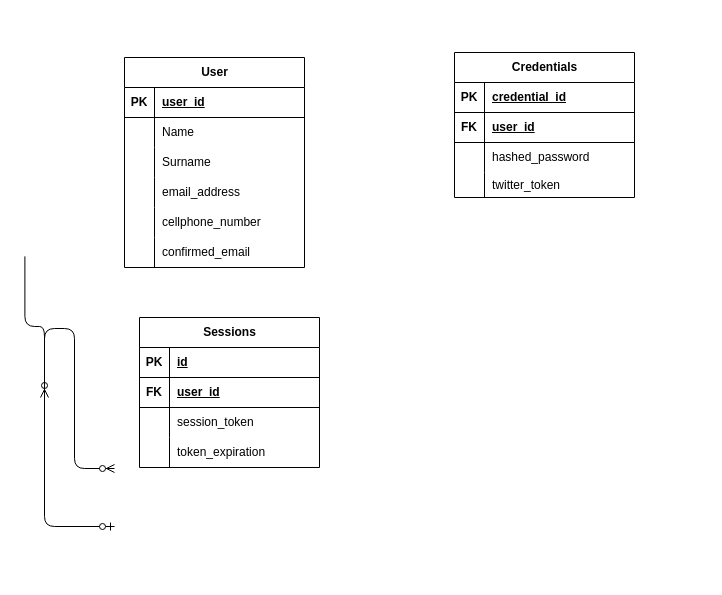
Before: Untitled Diagram.drawio in Tyrese-Mv/SM-Konnekt, a draw.io diagram. Source tidied: cells renumbered, new cells numbered last; positions are measured from the earlier drawing's top-left corner, leaving out a move shared by most shapes. Both pictures are drawn from the tidied source at 100%, with x=0, y=0 at pixel (24, 52).
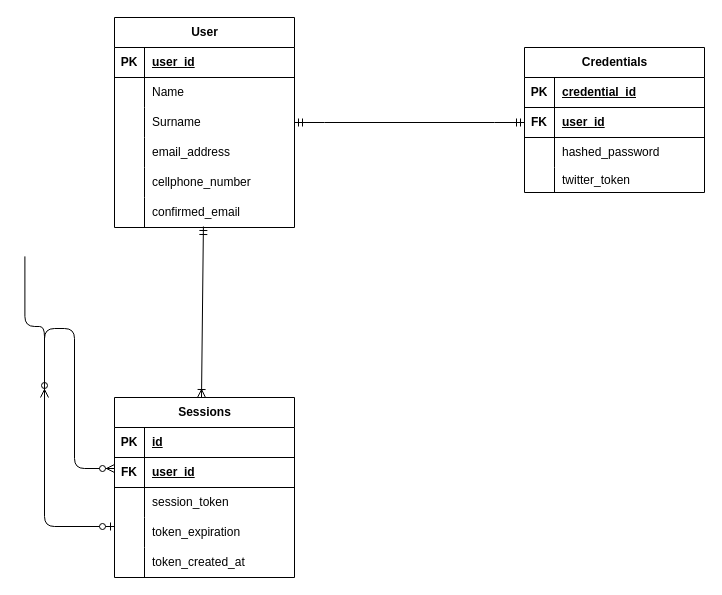
The same diagram, later.

Unchanged cells that the change refers to:
```xml
<mxCell id="11" style="shape=tableRow;horizontal=0;startSize=0;swimlaneHead=0;swimlaneBody=0;fillColor=none;points=[[0,0.5],[1,0.5]];portConstraint=eastwest;top=0;left=0;right=0;bottom=0;" parent="4" vertex="1">
  <mxGeometry y="90" width="180" height="30" as="geometry" />
</mxCell>
<mxCell id="20" style="shape=tableRow;horizontal=0;startSize=0;swimlaneHead=0;swimlaneBody=0;fillColor=none;points=[[0,0.5],[1,0.5]];portConstraint=eastwest;top=0;left=0;right=0;bottom=0;" parent="4" vertex="1">
  <mxGeometry y="180" width="180" height="30" as="geometry" />
</mxCell>
<mxCell id="27" style="shape=tableRow;horizontal=0;startSize=0;swimlaneHead=0;swimlaneBody=0;fillColor=none;points=[[0,0.5],[1,0.5]];portConstraint=eastwest;top=0;left=0;right=0;bottom=1;" parent="23" vertex="1">
  <mxGeometry y="60" width="180" height="30" as="geometry" />
</mxCell>
```

The edit, as a diff of the source:
```diff
@@
     <mxCell id="4" value="User" style="shape=table;startSize=30;childLayout=tableLayout;rowLines=0;fontStyle=1;align=center;html=1;" parent="1" vertex="1">
-      <mxGeometry x="100" y="5" width="180" height="210" as="geometry" />
+      <mxGeometry x="90" y="-35" width="180" height="210" as="geometry" />
     </mxCell>
@@
     <mxCell id="23" value="Credentials" style="shape=table;startSize=30;childLayout=tableLayout;rowLines=0;fontStyle=1;align=center;html=1;" parent="1" vertex="1">
-      <mxGeometry x="430" width="180" height="145" as="geometry" />
+      <mxGeometry x="500" y="-5" width="180" height="145" as="geometry" />
     </mxCell>
@@
     <mxCell id="36" value="Sessions" style="shape=table;startSize=30;childLayout=tableLayout;rowLines=0;fontStyle=1;align=center;html=1;" parent="1" vertex="1">
-      <mxGeometry x="115" y="265" width="180" height="150" as="geometry" />
+      <mxGeometry x="90" y="345" width="180" height="180" as="geometry" />
     </mxCell>
@@
+    <mxCell id="49" style="shape=tableRow;horizontal=0;startSize=0;swimlaneHead=0;swimlaneBody=0;fillColor=none;top=0;left=0;right=0;bottom=0;" parent="36" vertex="1">
+      <mxGeometry y="150" width="180" height="30" as="geometry" />
+    </mxCell>
+    <mxCell id="50" style="shape=partialRectangle;fillColor=none;top=0;left=0;bottom=0;right=0;overflow=hidden;whiteSpace=wrap;html=1;" parent="49" vertex="1">
+      <mxGeometry width="30" height="30" as="geometry" />
+    </mxCell>
+    <mxCell id="51" value="token_created_at" style="shape=partialRectangle;fillColor=none;top=0;left=0;bottom=0;right=0;align=left;spacingLeft=6;overflow=hidden;whiteSpace=wrap;html=1;" parent="49" vertex="1">
+      <mxGeometry x="30" width="150" height="30" as="geometry" />
+    </mxCell>
+    <mxCell id="52" style="edgeStyle=entityRelationEdgeStyle;fontSize=12;html=1;endArrow=ERmandOne;startArrow=ERmandOne;rounded=0;entryX=0;entryY=0.5;entryDx=0;entryDy=0;exitX=1;exitY=0.5;exitDx=0;exitDy=0;" parent="1" edge="1" source="11" target="27">
+      <mxGeometry relative="1" as="geometry" />
+    </mxCell>
+    <mxCell id="53" style="fontSize=12;html=1;endArrow=ERoneToMany;startArrow=ERmandOne;rounded=0;exitX=0.494;exitY=0.967;exitDx=0;exitDy=0;exitPerimeter=0;" parent="1" edge="1" source="20">
+      <mxGeometry relative="1" as="geometry">
+        <mxPoint x="177" y="345" as="targetPoint" />
+      </mxGeometry>
+    </mxCell>
```
